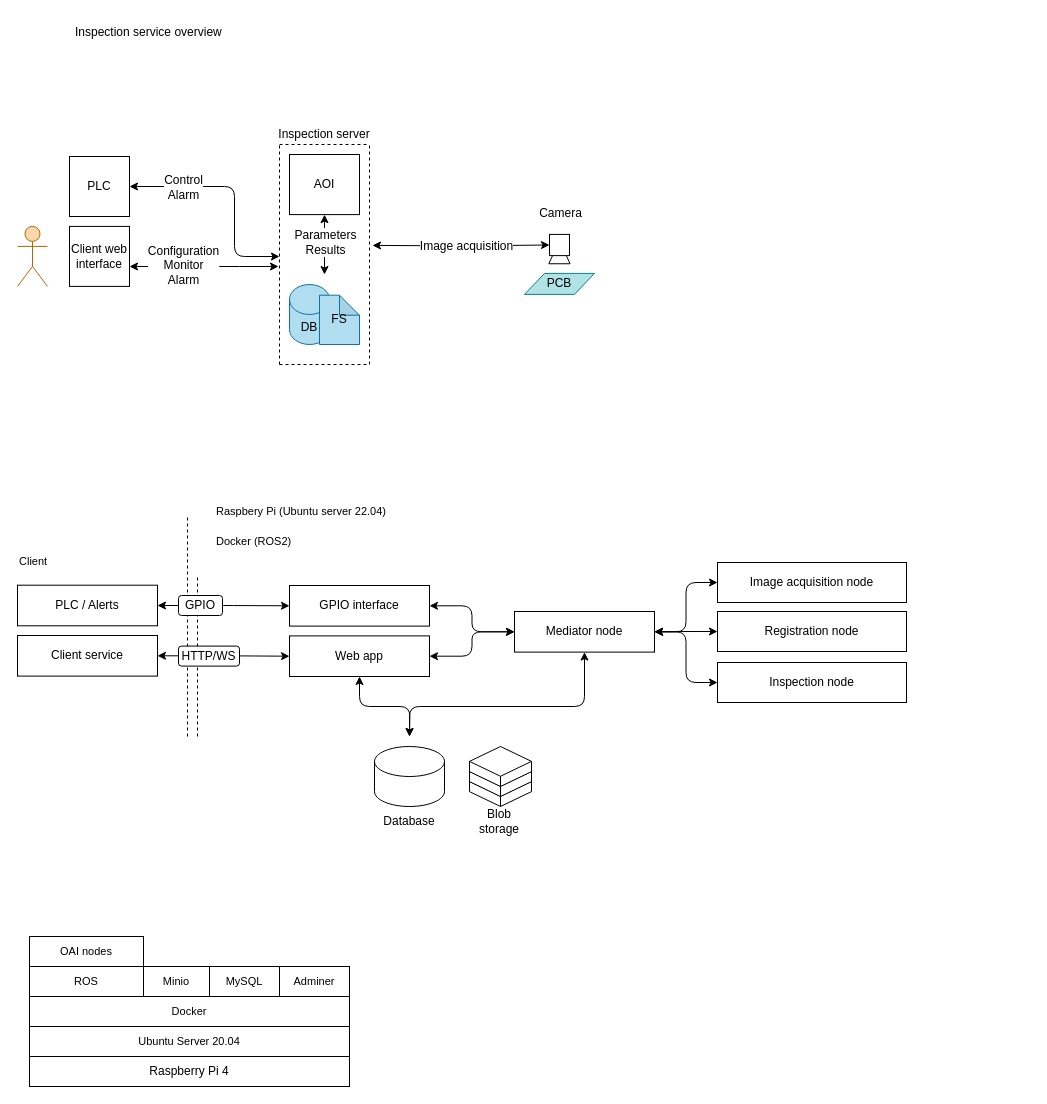
Above: page "System architecture overview" (1 of 8) of design.drawio in Edson-source/open-aoi (draw.io), before the change. Source tidied: cells renumbered, new cells numbered last; positions are measured from the earlier drawing's top-left corner, leaving out a move shared by most shapes. Both pictures are drawn from the tidied source at 100%, with x=0, y=0 at pixel (17, 17).
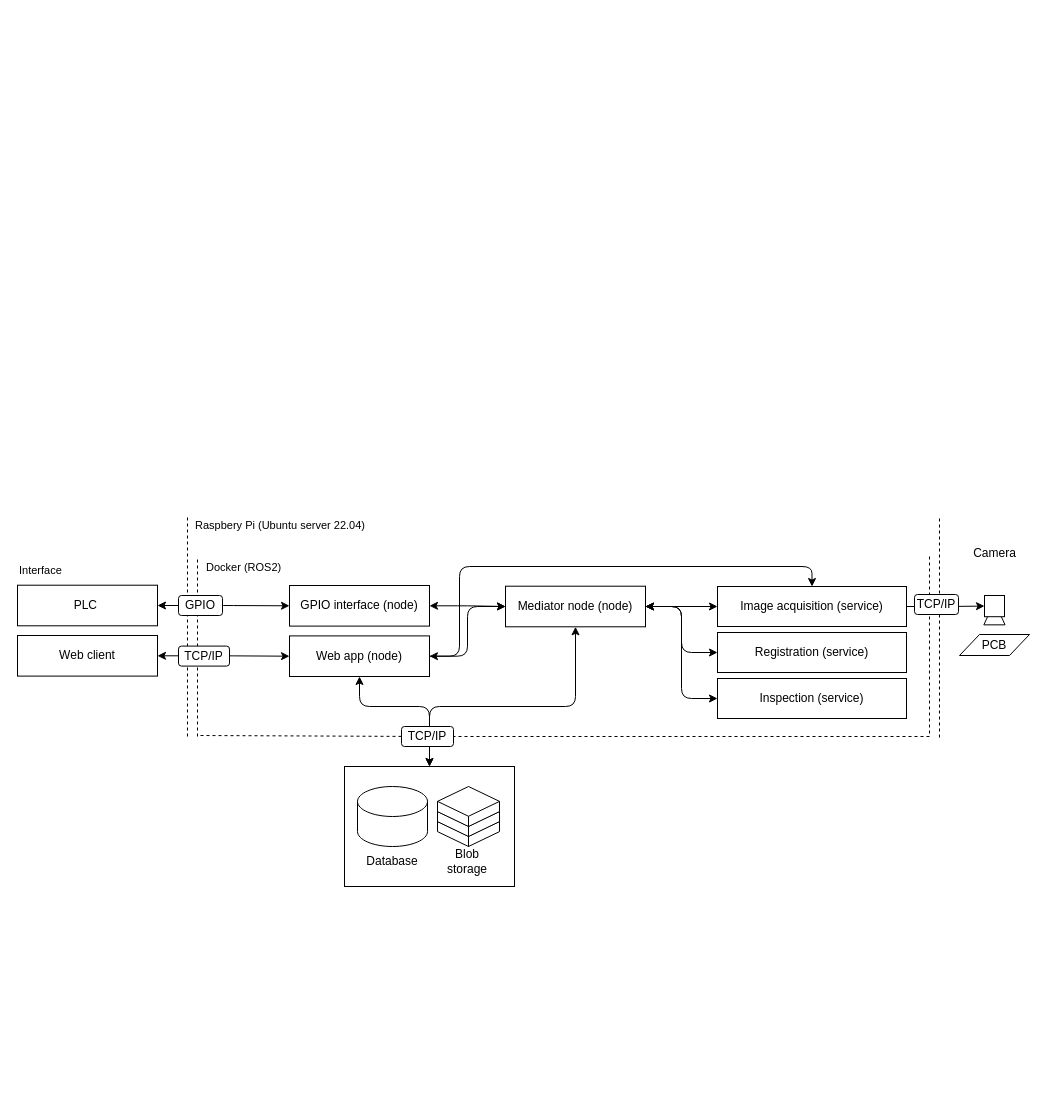
The same diagram, later.

The edit, as a diff of the source:
```diff
@@
+    <mxCell id="66" style="rounded=0;whiteSpace=wrap;html=1;" parent="1" vertex="1">
+      <mxGeometry x="327" y="749" width="170" height="120" as="geometry" />
+    </mxCell>
@@
-    <mxCell id="3" style="shape=umlActor;verticalLabelPosition=bottom;verticalAlign=top;html=1;fontSize=12;fillColor=#fad7ac;strokeColor=#b46504;" parent="1" vertex="1">
-      <mxGeometry y="208.9" width="30" height="60" as="geometry" />
-    </mxCell>
-    <mxCell id="4" style="edgeStyle=orthogonalEdgeStyle;jumpStyle=none;html=1;startArrow=classic;startFill=1;fillColor=default;fontSize=12;" parent="1" edge="1" source="6">
-      <mxGeometry relative="1" as="geometry">
-        <mxPoint x="261" y="249" as="targetPoint" />
-        <Array as="points">
-          <mxPoint x="212" y="249" />
-          <mxPoint x="212" y="249" />
-        </Array>
-      </mxGeometry>
-    </mxCell>
-    <mxCell id="5" value="Configuration&lt;br style=&quot;font-size: 12px;&quot;&gt;Monitor&lt;br style=&quot;font-size: 12px;&quot;&gt;Alarm" style="edgeLabel;html=1;align=center;verticalAlign=middle;fontSize=12;" parent="4" vertex="1">
-      <mxGeometry x="0.2" relative="1" as="geometry">
-        <mxPoint x="-36" y="-2" as="offset" />
-      </mxGeometry>
-    </mxCell>
-    <mxCell id="6" value="Client web interface" style="rounded=0;whiteSpace=wrap;html=1;fillColor=default;fontSize=12;" parent="1" vertex="1">
-      <mxGeometry x="52" y="208.9" width="60" height="60" as="geometry" />
-    </mxCell>
-    <mxCell id="7" style="edgeStyle=orthogonalEdgeStyle;jumpStyle=none;html=1;entryX=0;entryY=0.5;entryDx=0;entryDy=0;startArrow=classic;startFill=1;fillColor=default;fontSize=12;" parent="1" edge="1" target="16">
-      <mxGeometry relative="1" as="geometry">
-        <mxPoint x="355" y="227.9" as="sourcePoint" />
-      </mxGeometry>
-    </mxCell>
-    <mxCell id="8" value="Image acquisition" style="edgeLabel;html=1;align=center;verticalAlign=middle;fontSize=12;" parent="7" vertex="1">
-      <mxGeometry x="-0.03" y="1" relative="1" as="geometry">
-        <mxPoint x="7" y="1" as="offset" />
-      </mxGeometry>
-    </mxCell>
-    <mxCell id="9" style="edgeStyle=orthogonalEdgeStyle;jumpStyle=none;html=1;startArrow=classic;startFill=1;fillColor=default;fontSize=12;" parent="1" edge="1" source="11">
-      <mxGeometry relative="1" as="geometry">
-        <mxPoint x="307" y="257" as="targetPoint" />
-      </mxGeometry>
-    </mxCell>
-    <mxCell id="10" value="Parameters&lt;br style=&quot;font-size: 12px;&quot;&gt;Results" style="edgeLabel;html=1;align=center;verticalAlign=middle;fontSize=12;" parent="9" vertex="1">
-      <mxGeometry x="0.21" y="1" relative="1" as="geometry">
-        <mxPoint x="-1" y="-9" as="offset" />
-      </mxGeometry>
-    </mxCell>
-    <mxCell id="11" value="AOI" style="rounded=0;whiteSpace=wrap;html=1;fillColor=default;fontSize=12;" parent="1" vertex="1">
-      <mxGeometry x="272" y="137" width="70" height="60.1" as="geometry" />
-    </mxCell>
-    <mxCell id="12" value="DB" style="shape=cylinder3;whiteSpace=wrap;html=1;boundedLbl=1;backgroundOutline=1;size=15;fontSize=12;fillColor=#b1ddf0;strokeColor=#10739e;" parent="1" vertex="1">
-      <mxGeometry x="272" y="267" width="40" height="60" as="geometry" />
-    </mxCell>
-    <mxCell id="13" style="group;fontSize=12;" parent="1" vertex="1">
-      <mxGeometry x="507" y="216.9" width="70" height="60" as="geometry" />
-    </mxCell>
-    <mxCell id="14" style="group;fontSize=12;" parent="13" vertex="1">
-      <mxGeometry x="25" width="20" height="30" as="geometry" />
-    </mxCell>
-    <mxCell id="15" style="triangle;whiteSpace=wrap;html=1;rotation=-90;fontSize=12;" parent="14" vertex="1">
-      <mxGeometry x="-1.7" y="7.1" width="23.3" height="21.2" as="geometry" />
-    </mxCell>
-    <mxCell id="16" style="rounded=0;whiteSpace=wrap;html=1;fontSize=12;" parent="14" vertex="1">
-      <mxGeometry width="20" height="21.2" as="geometry" />
-    </mxCell>
-    <mxCell id="17" value="PCB" style="shape=parallelogram;perimeter=parallelogramPerimeter;whiteSpace=wrap;html=1;fixedSize=1;fontSize=12;fillColor=#b0e3e6;strokeColor=#0e8088;" parent="13" vertex="1">
-      <mxGeometry y="39" width="70" height="21" as="geometry" />
-    </mxCell>
-    <mxCell id="18" style="endArrow=none;dashed=1;html=1;fillColor=default;jumpStyle=none;fontSize=12;" parent="1" edge="1">
-      <mxGeometry relative="1" as="geometry">
-        <mxPoint x="262" y="127" as="sourcePoint" />
-        <mxPoint x="352" y="127" as="targetPoint" />
-      </mxGeometry>
-    </mxCell>
-    <mxCell id="19" style="endArrow=none;dashed=1;html=1;fillColor=default;jumpStyle=none;fontSize=12;" parent="1" edge="1">
-      <mxGeometry relative="1" as="geometry">
-        <mxPoint x="262" y="347" as="sourcePoint" />
-        <mxPoint x="352" y="347" as="targetPoint" />
-      </mxGeometry>
-    </mxCell>
-    <mxCell id="20" style="endArrow=none;dashed=1;html=1;fillColor=default;jumpStyle=none;fontSize=12;" parent="1" edge="1">
-      <mxGeometry relative="1" as="geometry">
-        <mxPoint x="262" y="347" as="sourcePoint" />
-        <mxPoint x="262" y="127" as="targetPoint" />
-      </mxGeometry>
-    </mxCell>
-    <mxCell id="21" style="endArrow=none;dashed=1;html=1;fillColor=default;jumpStyle=none;fontSize=12;" parent="1" edge="1">
-      <mxGeometry relative="1" as="geometry">
-        <mxPoint x="352" y="347" as="sourcePoint" />
-        <mxPoint x="352" y="127" as="targetPoint" />
-      </mxGeometry>
-    </mxCell>
-    <mxCell id="22" value="Inspection server" style="text;html=1;strokeColor=none;fillColor=none;align=center;verticalAlign=middle;whiteSpace=wrap;rounded=0;fontSize=12;" parent="1" vertex="1">
-      <mxGeometry x="257" y="107" width="100" height="20" as="geometry" />
-    </mxCell>
@@
-    <mxCell id="24" style="edgeStyle=orthogonalEdgeStyle;html=1;startArrow=classic;startFill=1;" parent="1" edge="1" source="25">
+    <mxCell id="24" style="edgeStyle=orthogonalEdgeStyle;html=1;startArrow=classic;startFill=1;entryX=0.5;entryY=0;entryDx=0;entryDy=0;exitX=0.5;exitY=1;exitDx=0;exitDy=0;" parent="1" edge="1" source="25" target="66">
       <mxGeometry relative="1" as="geometry">
-        <mxPoint x="392" y="719" as="targetPoint" />
         <Array as="points">
-          <mxPoint x="567" y="689" />
-          <mxPoint x="392" y="689" />
+          <mxPoint x="558" y="689" />
+          <mxPoint x="412" y="689" />
         </Array>
       </mxGeometry>
     </mxCell>
-    <mxCell id="25" value="Mediator node" style="rounded=0;whiteSpace=wrap;html=1;fillColor=default;" parent="1" vertex="1">
-      <mxGeometry x="497" y="594" width="140" height="40.6" as="geometry" />
-    </mxCell>
-    <mxCell id="26" value="Inspection node" style="rounded=0;whiteSpace=wrap;html=1;fillColor=default;" parent="1" vertex="1">
-      <mxGeometry x="700" y="645" width="189" height="40" as="geometry" />
+    <mxCell id="26" value="Inspection (service)" style="rounded=0;whiteSpace=wrap;html=1;fillColor=default;" parent="1" vertex="1">
+      <mxGeometry x="700" y="661" width="189" height="40" as="geometry" />
     </mxCell>
@@
-    <mxCell id="28" value="Client service" style="rounded=0;whiteSpace=wrap;html=1;fillColor=default;" parent="1" vertex="1">
+    <mxCell id="28" value="Web client" style="rounded=0;whiteSpace=wrap;html=1;fillColor=default;" parent="1" vertex="1">
       <mxGeometry y="618" width="140" height="40.6" as="geometry" />
     </mxCell>
     <mxCell id="29" style="endArrow=none;dashed=1;html=1;fontSize=11;fillColor=default;jumpStyle=none;" parent="1" edge="1">
       <mxGeometry relative="1" as="geometry">
         <mxPoint x="180" y="719" as="sourcePoint" />
-        <mxPoint x="180" y="559" as="targetPoint" />
+        <mxPoint x="180" y="542" as="targetPoint" />
       </mxGeometry>
     </mxCell>
-    <mxCell id="30" style="edgeStyle=orthogonalEdgeStyle;jumpStyle=none;html=1;fontSize=11;startArrow=classic;startFill=1;fillColor=default;" parent="1" edge="1" source="32" target="25">
+    <mxCell id="30" style="edgeStyle=orthogonalEdgeStyle;jumpStyle=none;html=1;fontSize=11;startArrow=classic;startFill=1;fillColor=default;entryX=0;entryY=0.5;entryDx=0;entryDy=0;" parent="1" edge="1" source="32" target="25">
       <mxGeometry relative="1" as="geometry" />
     </mxCell>
-    <mxCell id="31" style="edgeStyle=orthogonalEdgeStyle;html=1;startArrow=classic;startFill=1;" parent="1" edge="1" source="32">
+    <mxCell id="31" style="edgeStyle=orthogonalEdgeStyle;html=1;startArrow=classic;startFill=1;entryX=0.5;entryY=0;entryDx=0;entryDy=0;" parent="1" edge="1" source="32" target="66">
       <mxGeometry relative="1" as="geometry">
-        <mxPoint x="392" y="719" as="targetPoint" />
+        <Array as="points">
+          <mxPoint x="342" y="689" />
+          <mxPoint x="412" y="689" />
+        </Array>
       </mxGeometry>
     </mxCell>
+    <mxCell id="67" style="edgeStyle=orthogonalEdgeStyle;html=1;entryX=0.5;entryY=0;entryDx=0;entryDy=0;" parent="1" edge="1" source="32" target="38">
+      <mxGeometry relative="1" as="geometry">
+        <Array as="points">
+          <mxPoint x="442" y="639" />
+          <mxPoint x="442" y="549" />
+          <mxPoint x="795" y="549" />
+        </Array>
+      </mxGeometry>
+    </mxCell>
-    <mxCell id="32" value="Web app" style="rounded=0;whiteSpace=wrap;html=1;fillColor=default;" parent="1" vertex="1">
+    <mxCell id="32" value="Web app (node)" style="rounded=0;whiteSpace=wrap;html=1;fillColor=default;" parent="1" vertex="1">
       <mxGeometry x="272" y="618.4" width="140" height="40.6" as="geometry" />
     </mxCell>
     <mxCell id="33" style="edgeStyle=orthogonalEdgeStyle;html=1;fontSize=8;startArrow=classic;startFill=1;exitX=1;exitY=0.5;exitDx=0;exitDy=0;entryX=0;entryY=0.5;entryDx=0;entryDy=0;" parent="1" edge="1" source="34" target="25">
-      <mxGeometry relative="1" as="geometry" />
+      <mxGeometry relative="1" as="geometry">
+        <Array as="points">
+          <mxPoint x="450" y="588" />
+          <mxPoint x="488" y="589" />
+        </Array>
+      </mxGeometry>
     </mxCell>
-    <mxCell id="34" value="GPIO interface" style="rounded=0;whiteSpace=wrap;html=1;fillColor=default;" parent="1" vertex="1">
+    <mxCell id="34" value="GPIO interface (node)" style="rounded=0;whiteSpace=wrap;html=1;fillColor=default;" parent="1" vertex="1">
       <mxGeometry x="272" y="568" width="140" height="40.6" as="geometry" />
     </mxCell>
@@
-    <mxCell id="36" value="PLC / Alerts" style="rounded=0;whiteSpace=wrap;html=1;fillColor=default;" parent="1" vertex="1">
+    <mxCell id="36" value="PLC&amp;nbsp;" style="rounded=0;whiteSpace=wrap;html=1;fillColor=default;" parent="1" vertex="1">
       <mxGeometry y="567.7" width="140" height="40.6" as="geometry" />
     </mxCell>
@@
+    <mxCell id="68" style="edgeStyle=orthogonalEdgeStyle;html=1;entryX=0;entryY=0.5;entryDx=0;entryDy=0;" parent="1" edge="1" source="38" target="16">
+      <mxGeometry relative="1" as="geometry" />
+    </mxCell>
-    <mxCell id="38" value="Image acquisition node" style="rounded=0;whiteSpace=wrap;html=1;fillColor=default;" parent="1" vertex="1">
-      <mxGeometry x="700" y="545" width="189" height="40" as="geometry" />
+    <mxCell id="38" value="Image acquisition (service)" style="rounded=0;whiteSpace=wrap;html=1;fillColor=default;" parent="1" vertex="1">
+      <mxGeometry x="700" y="569" width="189" height="40" as="geometry" />
     </mxCell>
@@
-    <mxCell id="40" value="Registration node" style="rounded=0;whiteSpace=wrap;html=1;fillColor=default;" parent="1" vertex="1">
-      <mxGeometry x="700" y="594" width="189" height="40" as="geometry" />
+    <mxCell id="40" value="Registration (service)" style="rounded=0;whiteSpace=wrap;html=1;fillColor=default;" parent="1" vertex="1">
+      <mxGeometry x="700" y="615" width="189" height="40" as="geometry" />
     </mxCell>
-    <mxCell id="41" value="PLC" style="rounded=0;whiteSpace=wrap;html=1;fillColor=default;fontSize=12;" parent="1" vertex="1">
-      <mxGeometry x="52" y="139" width="60" height="60" as="geometry" />
-    </mxCell>
-    <mxCell id="42" value="Client" style="text;html=1;strokeColor=none;fillColor=none;align=left;verticalAlign=middle;whiteSpace=wrap;rounded=0;fontSize=11;" parent="1" vertex="1">
-      <mxGeometry y="529" width="170" height="30" as="geometry" />
+    <mxCell id="42" value="Interface" style="text;html=1;strokeColor=none;fillColor=none;align=left;verticalAlign=middle;whiteSpace=wrap;rounded=0;fontSize=11;" parent="1" vertex="1">
+      <mxGeometry y="538" width="140" height="30" as="geometry" />
     </mxCell>
-    <mxCell id="43" value="Inspection service overview" style="text;html=1;strokeColor=none;fillColor=none;align=left;verticalAlign=middle;whiteSpace=wrap;rounded=0;fontSize=12;" parent="1" vertex="1">
-      <mxGeometry x="56" width="170" height="30" as="geometry" />
-    </mxCell>
-    <mxCell id="44" value="Docker" style="rounded=0;whiteSpace=wrap;html=1;fontSize=11;fillColor=default;" parent="1" vertex="1">
-      <mxGeometry x="12" y="979" width="320" height="30" as="geometry" />
-    </mxCell>
-    <mxCell id="45" value="&lt;span style=&quot;font-size: 11px;&quot;&gt;Ubuntu Server 20.04&lt;/span&gt;" style="rounded=0;whiteSpace=wrap;html=1;fontSize=11;fillColor=default;" parent="1" vertex="1">
-      <mxGeometry x="12" y="1009" width="320" height="30" as="geometry" />
-    </mxCell>
-    <mxCell id="46" value="MySQL" style="rounded=0;whiteSpace=wrap;html=1;fontSize=11;fillColor=default;" parent="1" vertex="1">
-      <mxGeometry x="192" y="949" width="70" height="30" as="geometry" />
-    </mxCell>
-    <mxCell id="47" value="ROS" style="rounded=0;whiteSpace=wrap;html=1;fontSize=11;fillColor=default;" parent="1" vertex="1">
-      <mxGeometry x="12" y="949" width="114" height="30" as="geometry" />
-    </mxCell>
     <mxCell id="48" value="Docker (ROS2)" style="text;html=1;strokeColor=none;fillColor=none;align=left;verticalAlign=middle;whiteSpace=wrap;rounded=0;fontSize=11;" parent="1" vertex="1">
-      <mxGeometry x="197" y="509" width="170" height="30" as="geometry" />
+      <mxGeometry x="187" y="535" width="170" height="30" as="geometry" />
     </mxCell>
     <mxCell id="49" style="shape=cylinder3;whiteSpace=wrap;html=1;boundedLbl=1;backgroundOutline=1;size=15;" parent="1" vertex="1">
-      <mxGeometry x="357" y="729" width="70" height="60" as="geometry" />
+      <mxGeometry x="340" y="769" width="70" height="60" as="geometry" />
     </mxCell>
-    <mxCell id="50" value="OAI nodes" style="rounded=0;whiteSpace=wrap;html=1;fontSize=11;fillColor=default;" parent="1" vertex="1">
-      <mxGeometry x="12" y="919" width="114" height="30" as="geometry" />
-    </mxCell>
-    <mxCell id="51" value="Minio" style="rounded=0;whiteSpace=wrap;html=1;fontSize=11;fillColor=default;" parent="1" vertex="1">
-      <mxGeometry x="126" y="949" width="66" height="30" as="geometry" />
-    </mxCell>
@@
-    <mxCell id="53" value="HTTP/WS" style="rounded=1;whiteSpace=wrap;html=1;" parent="1" vertex="1">
-      <mxGeometry x="161" y="628.6" width="61" height="20" as="geometry" />
+    <mxCell id="53" value="TCP/IP" style="rounded=1;whiteSpace=wrap;html=1;" parent="1" vertex="1">
+      <mxGeometry x="161" y="628.6" width="51" height="20" as="geometry" />
     </mxCell>
-    <mxCell id="54" value="Raspberry Pi 4" style="rounded=0;whiteSpace=wrap;html=1;" parent="1" vertex="1">
-      <mxGeometry x="12" y="1039" width="320" height="30" as="geometry" />
-    </mxCell>
     <mxCell id="55" value="Raspbery Pi (Ubuntu server 22.04)" style="text;html=1;strokeColor=none;fillColor=none;align=left;verticalAlign=middle;whiteSpace=wrap;rounded=0;fontSize=11;" parent="1" vertex="1">
-      <mxGeometry x="197" y="479" width="186" height="30" as="geometry" />
+      <mxGeometry x="176" y="493" width="186" height="30" as="geometry" />
     </mxCell>
-    <mxCell id="56" value="FS" style="shape=note;whiteSpace=wrap;html=1;backgroundOutline=1;darkOpacity=0.05;size=20;fontSize=12;fillColor=#b1ddf0;strokeColor=#10739e;" parent="1" vertex="1">
-      <mxGeometry x="302" y="277.7" width="40" height="49.3" as="geometry" />
-    </mxCell>
-    <mxCell id="57" style="edgeStyle=orthogonalEdgeStyle;jumpStyle=none;html=1;fontSize=12;startArrow=classic;startFill=1;fillColor=default;endArrow=classic;endFill=1;" parent="1" edge="1" source="41">
-      <mxGeometry relative="1" as="geometry">
-        <mxPoint x="262" y="239" as="targetPoint" />
-        <Array as="points">
-          <mxPoint x="217" y="169" />
-          <mxPoint x="217" y="239" />
-        </Array>
-      </mxGeometry>
-    </mxCell>
-    <mxCell id="58" value="Control&lt;br style=&quot;font-size: 12px;&quot;&gt;Alarm" style="edgeLabel;html=1;align=center;verticalAlign=middle;fontSize=12;" parent="57" vertex="1">
-      <mxGeometry x="-0.69" relative="1" as="geometry">
-        <mxPoint x="19" as="offset" />
-      </mxGeometry>
-    </mxCell>
-    <mxCell id="59" value="Camera" style="text;html=1;align=center;verticalAlign=middle;strokeColor=none;fillColor=none;fontSize=12;" parent="1" vertex="1">
-      <mxGeometry x="512.5" y="182.9" width="61" height="26" as="geometry" />
-    </mxCell>
     <mxCell id="60" style="html=1;shape=mxgraph.basic.isocube;isoAngle=15;" parent="1" vertex="1">
-      <mxGeometry x="452" y="749" width="62" height="40" as="geometry" />
+      <mxGeometry x="420" y="789" width="62" height="40" as="geometry" />
     </mxCell>
     <mxCell id="61" style="html=1;shape=mxgraph.basic.isocube;isoAngle=15;" parent="1" vertex="1">
-      <mxGeometry x="452" y="739" width="62" height="40" as="geometry" />
+      <mxGeometry x="420" y="779" width="62" height="40" as="geometry" />
     </mxCell>
     <mxCell id="62" style="html=1;shape=mxgraph.basic.isocube;isoAngle=15;" parent="1" vertex="1">
-      <mxGeometry x="452" y="729" width="62" height="40" as="geometry" />
+      <mxGeometry x="420" y="769" width="62" height="40" as="geometry" />
     </mxCell>
     <mxCell id="63" value="Database" style="text;html=1;strokeColor=none;fillColor=none;align=center;verticalAlign=middle;whiteSpace=wrap;rounded=0;" parent="1" vertex="1">
-      <mxGeometry x="362" y="789" width="60" height="30" as="geometry" />
+      <mxGeometry x="345" y="829" width="60" height="30" as="geometry" />
     </mxCell>
     <mxCell id="64" value="Blob storage" style="text;html=1;strokeColor=none;fillColor=none;align=center;verticalAlign=middle;whiteSpace=wrap;rounded=0;" parent="1" vertex="1">
-      <mxGeometry x="452" y="789" width="60" height="30" as="geometry" />
+      <mxGeometry x="420" y="829" width="60" height="30" as="geometry" />
     </mxCell>
-    <mxCell id="65" value="Adminer" style="rounded=0;whiteSpace=wrap;html=1;fontSize=11;fillColor=default;" parent="1" vertex="1">
-      <mxGeometry x="262" y="949" width="70" height="30" as="geometry" />
-    </mxCell>
+    <mxCell id="69" style="group;fontSize=12;" parent="1" vertex="1">
+      <mxGeometry x="942" y="578" width="70" height="60" as="geometry" />
+    </mxCell>
+    <mxCell id="14" style="group;fontSize=12;" parent="69" vertex="1">
+      <mxGeometry x="25" width="20" height="30" as="geometry" />
+    </mxCell>
+    <mxCell id="15" style="triangle;whiteSpace=wrap;html=1;rotation=-90;fontSize=12;" parent="14" vertex="1">
+      <mxGeometry x="-1.7" y="7.1" width="23.3" height="21.2" as="geometry" />
+    </mxCell>
+    <mxCell id="16" style="rounded=0;whiteSpace=wrap;html=1;fontSize=12;" parent="14" vertex="1">
+      <mxGeometry width="20" height="21.2" as="geometry" />
+    </mxCell>
+    <mxCell id="17" value="PCB" style="shape=parallelogram;perimeter=parallelogramPerimeter;whiteSpace=wrap;html=1;fixedSize=1;fontSize=12;" parent="69" vertex="1">
+      <mxGeometry y="39" width="70" height="21" as="geometry" />
+    </mxCell>
+    <mxCell id="59" value="Camera" style="text;html=1;align=center;verticalAlign=middle;strokeColor=none;fillColor=none;fontSize=12;" parent="1" vertex="1">
+      <mxGeometry x="946.5" y="523" width="61" height="26" as="geometry" />
+    </mxCell>
+    <mxCell id="70" style="endArrow=none;dashed=1;html=1;fontSize=11;fillColor=default;jumpStyle=none;startArrow=none;" parent="1" edge="1" source="75">
+      <mxGeometry relative="1" as="geometry">
+        <mxPoint x="180" y="718" as="targetPoint" />
+      </mxGeometry>
+    </mxCell>
+    <mxCell id="71" style="endArrow=none;dashed=1;html=1;fontSize=11;fillColor=default;jumpStyle=none;" parent="1" edge="1">
+      <mxGeometry relative="1" as="geometry">
+        <mxPoint x="912" y="716" as="sourcePoint" />
+        <mxPoint x="912" y="539" as="targetPoint" />
+      </mxGeometry>
+    </mxCell>
+    <mxCell id="72" style="endArrow=none;dashed=1;html=1;fontSize=11;fillColor=default;jumpStyle=none;" parent="1" edge="1">
+      <mxGeometry relative="1" as="geometry">
+        <mxPoint x="922" y="720" as="sourcePoint" />
+        <mxPoint x="922" y="500" as="targetPoint" />
+      </mxGeometry>
+    </mxCell>
+    <mxCell id="73" value="TCP/IP" style="rounded=1;whiteSpace=wrap;html=1;" parent="1" vertex="1">
+      <mxGeometry x="897" y="577" width="44" height="20" as="geometry" />
+    </mxCell>
+    <mxCell id="74" style="endArrow=none;dashed=1;html=1;fontSize=11;fillColor=default;jumpStyle=none;" parent="1" edge="1" target="75">
+      <mxGeometry relative="1" as="geometry">
+        <mxPoint x="912" y="719" as="sourcePoint" />
+      </mxGeometry>
+    </mxCell>
+    <mxCell id="75" value="TCP/IP" style="rounded=1;whiteSpace=wrap;html=1;" parent="1" vertex="1">
+      <mxGeometry x="384" y="709" width="52" height="20" as="geometry" />
+    </mxCell>
+    <mxCell id="25" value="Mediator node (node)" style="rounded=0;whiteSpace=wrap;html=1;fillColor=default;" parent="1" vertex="1">
+      <mxGeometry x="488" y="568.7" width="140" height="40.6" as="geometry" />
+    </mxCell>
```
